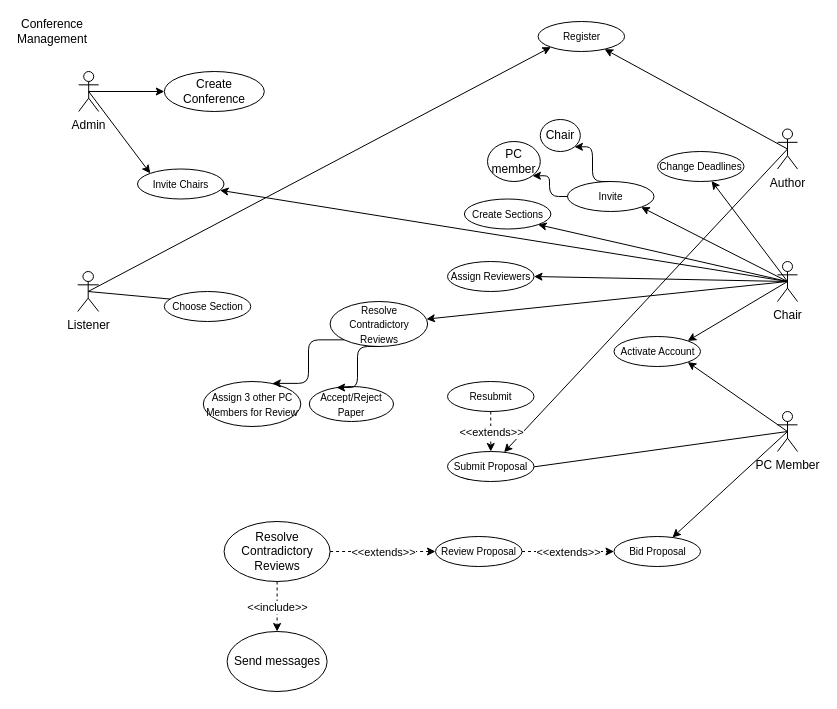
The draw.io diagram Docs/Diagrams/useCase.drawio in ISS-UBB-Team404/Conference_Management_System, before the edit. Source tidied: cells renumbered, new cells numbered last; positions are measured from the earlier drawing's top-left corner, leaving out a move shared by most shapes. Both pictures are drawn from the tidied source at 100%, with x=0, y=0 at pixel (27, 21).
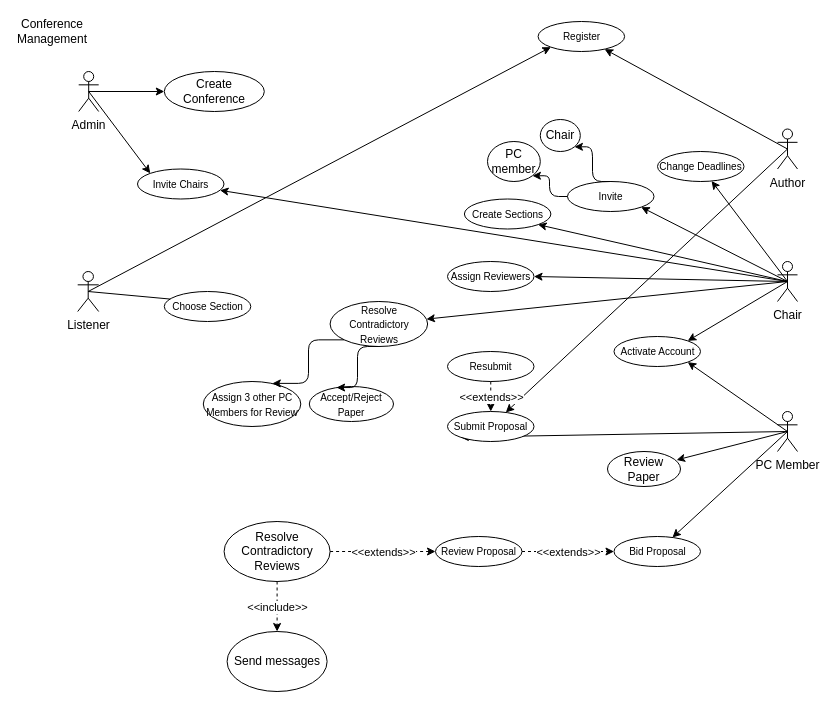
The same page after the edit.

Unchanged cells that the change refers to:
```xml
<mxCell id="18" value="PC Member" style="shape=umlActor;verticalLabelPosition=bottom;verticalAlign=top;html=1;outlineConnect=0;" parent="1" vertex="1">
  <mxGeometry x="750" y="390" width="20" height="40" as="geometry" />
</mxCell>
```

What changed in the source:
```diff
@@
     <mxCell id="27" value="&lt;font size=&quot;1&quot;&gt;Resubmit&lt;br&gt;&lt;/font&gt;" style="ellipse;whiteSpace=wrap;html=1;align=center;newEdgeStyle={&quot;edgeStyle&quot;:&quot;entityRelationEdgeStyle&quot;,&quot;startArrow&quot;:&quot;none&quot;,&quot;endArrow&quot;:&quot;none&quot;,&quot;segment&quot;:10,&quot;curved&quot;:1};" parent="1" vertex="1">
-      <mxGeometry x="420" y="360" width="86.5" height="30" as="geometry" />
+      <mxGeometry x="420" y="330" width="86.5" height="30" as="geometry" />
     </mxCell>
@@
     <mxCell id="37" value="&lt;font size=&quot;1&quot;&gt;Submit Proposal&lt;br&gt;&lt;/font&gt;" style="ellipse;whiteSpace=wrap;html=1;align=center;newEdgeStyle={&quot;edgeStyle&quot;:&quot;entityRelationEdgeStyle&quot;,&quot;startArrow&quot;:&quot;none&quot;,&quot;endArrow&quot;:&quot;none&quot;,&quot;segment&quot;:10,&quot;curved&quot;:1};" parent="1" vertex="1">
-      <mxGeometry x="420" y="430" width="86.5" height="30" as="geometry" />
+      <mxGeometry x="420" y="390" width="86.5" height="30" as="geometry" />
     </mxCell>
@@
+    <mxCell id="56" value="Review Paper" style="ellipse;whiteSpace=wrap;html=1;" parent="1" vertex="1">
+      <mxGeometry x="580" y="430" width="73" height="35" as="geometry" />
+    </mxCell>
+    <mxCell id="57" style="endArrow=classic;html=1;exitX=0.5;exitY=0.5;exitDx=0;exitDy=0;exitPerimeter=0;entryX=0.946;entryY=0.242;entryDx=0;entryDy=0;entryPerimeter=0;" parent="1" edge="1" source="18" target="56">
+      <mxGeometry relative="1" as="geometry" />
+    </mxCell>
```
